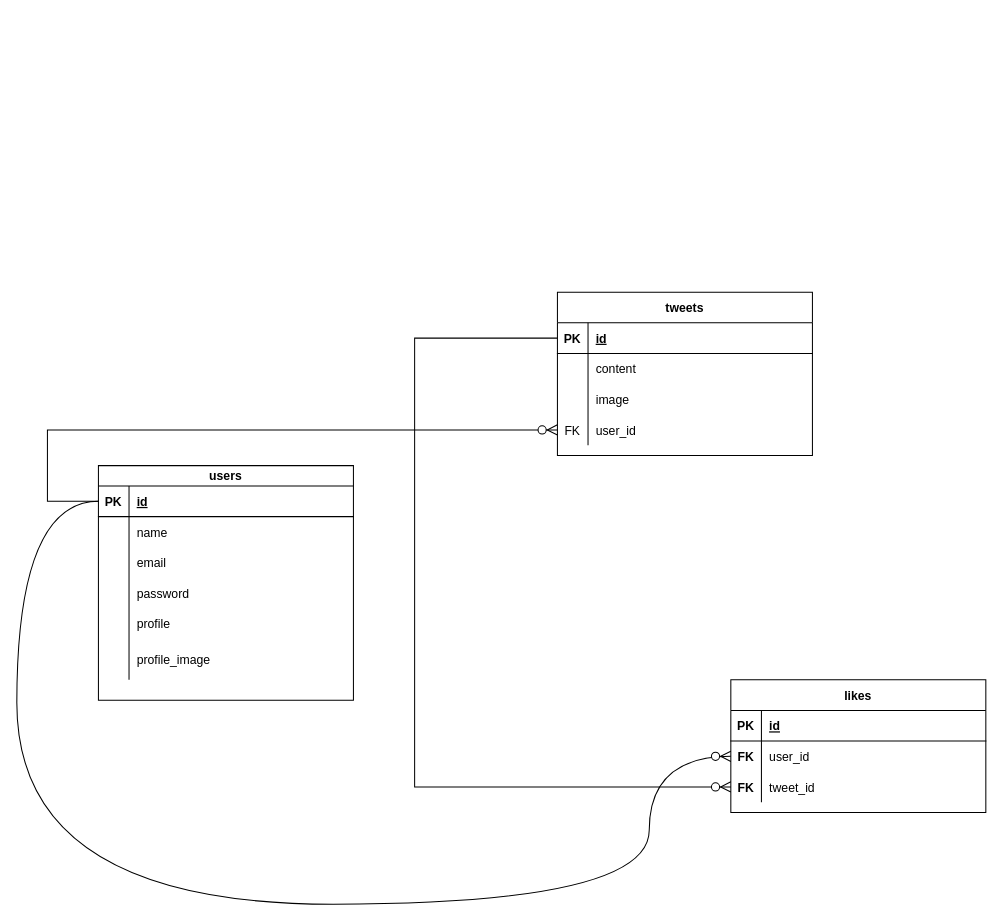
Hanakus0/free_repo keeps this draw.io diagram as tweet.drawio. Above is the earlier version. Source tidied: cells renumbered, new cells numbered last; positions are measured from the earlier drawing's top-left corner, leaving out a move shared by most shapes. Both pictures are drawn from the tidied source at 102%, with x=0, y=0 at pixel (16, 292).
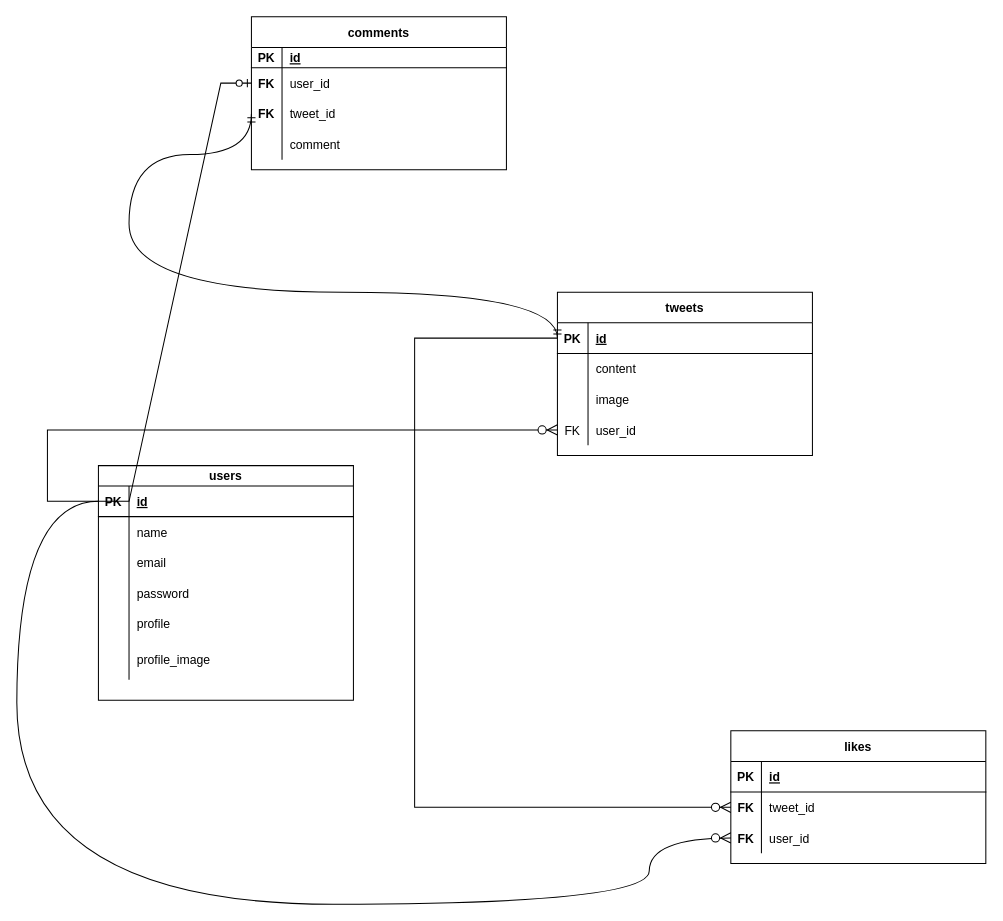
After the change.

Commit message (it also covers changes not shown here):
tweet.drawio を更新します

The change refers to these unchanged cells:
```xml
<mxCell id="3" style="shape=partialRectangle;fillColor=none;points=[[0,0.5],[1,0.5]];portConstraint=eastwest;top=0;left=0;right=0;bottom=1;" parent="2" vertex="1">
  <mxGeometry y="30" width="250" height="30" as="geometry" />
</mxCell>
<mxCell id="16" style="shape=partialRectangle;fillColor=none;points=[[0,0.5],[1,0.5]];portConstraint=eastwest;top=0;left=0;right=0;bottom=1;" parent="15" vertex="1">
  <mxGeometry y="20" width="250" height="30" as="geometry" />
</mxCell>
```

Diff of the diagram source:
```diff
@@
     <mxCell id="34" value="likes" style="shape=table;startSize=30;childLayout=tableLayout;rowLines=0;fontStyle=1;align=center;" parent="1" vertex="1">
-      <mxGeometry x="700" y="380" width="250" height="130" as="geometry" />
+      <mxGeometry x="700" y="430" width="250" height="130" as="geometry" />
     </mxCell>
@@
+    <mxCell id="41" style="shape=partialRectangle;fillColor=none;points=[[0,0.5],[1,0.5]];portConstraint=eastwest;top=0;left=0;right=0;bottom=0;" parent="34" vertex="1">
+      <mxGeometry y="60" width="250" height="30" as="geometry" />
+    </mxCell>
+    <mxCell id="42" value="FK" style="shape=partialRectangle;overflow=hidden;fillColor=none;top=0;left=0;bottom=0;right=0;fontStyle=1;" parent="41" vertex="1">
+      <mxGeometry width="30" height="30" as="geometry" />
+    </mxCell>
+    <mxCell id="43" value="tweet_id" style="shape=partialRectangle;overflow=hidden;fillColor=none;top=0;left=0;bottom=0;right=0;align=left;spacingLeft=6;" parent="41" vertex="1">
+      <mxGeometry x="30" width="220" height="30" as="geometry" />
+    </mxCell>
     <mxCell id="38" style="shape=partialRectangle;fillColor=none;points=[[0,0.5],[1,0.5]];portConstraint=eastwest;top=0;left=0;right=0;bottom=0;" parent="34" vertex="1">
-      <mxGeometry y="60" width="250" height="30" as="geometry" />
+      <mxGeometry y="90" width="250" height="30" as="geometry" />
     </mxCell>
@@
-    <mxCell id="41" style="shape=partialRectangle;fillColor=none;points=[[0,0.5],[1,0.5]];portConstraint=eastwest;top=0;left=0;right=0;bottom=0;" parent="34" vertex="1">
-      <mxGeometry y="90" width="250" height="30" as="geometry" />
-    </mxCell>
-    <mxCell id="42" value="FK" style="shape=partialRectangle;overflow=hidden;fillColor=none;top=0;left=0;bottom=0;right=0;fontStyle=1;" parent="41" vertex="1">
-      <mxGeometry width="30" height="30" as="geometry" />
-    </mxCell>
-    <mxCell id="43" value="tweet_id" style="shape=partialRectangle;overflow=hidden;fillColor=none;top=0;left=0;bottom=0;right=0;align=left;spacingLeft=6;" parent="41" vertex="1">
-      <mxGeometry x="30" width="220" height="30" as="geometry" />
-    </mxCell>
@@
+    <mxCell id="48" value="comments" style="shape=table;startSize=30;childLayout=tableLayout;rowLines=0;fontStyle=1;align=center;" parent="1" vertex="1">
+      <mxGeometry x="230" y="-270" width="250" height="150" as="geometry" />
+    </mxCell>
+    <mxCell id="49" style="shape=partialRectangle;fillColor=none;top=0;left=0;right=0;bottom=1;" parent="48" vertex="1">
+      <mxGeometry y="30" width="250" height="20" as="geometry" />
+    </mxCell>
+    <mxCell id="50" value="PK" style="shape=partialRectangle;overflow=hidden;fillColor=none;top=0;left=0;bottom=0;right=0;fontStyle=1;" parent="49" vertex="1">
+      <mxGeometry width="30" height="20" as="geometry" />
+    </mxCell>
+    <mxCell id="51" value="id" style="shape=partialRectangle;overflow=hidden;fillColor=none;top=0;left=0;bottom=0;right=0;align=left;spacingLeft=6;fontStyle=5;" parent="49" vertex="1">
+      <mxGeometry x="30" width="220" height="20" as="geometry" />
+    </mxCell>
+    <mxCell id="52" style="shape=partialRectangle;fillColor=none;points=[[0,0.5],[1,0.5]];portConstraint=eastwest;top=0;left=0;right=0;bottom=0;" parent="48" vertex="1">
+      <mxGeometry y="50" width="250" height="30" as="geometry" />
+    </mxCell>
+    <mxCell id="53" value="FK" style="shape=partialRectangle;overflow=hidden;fillColor=none;top=0;left=0;bottom=0;right=0;fontStyle=1;" parent="52" vertex="1">
+      <mxGeometry width="30" height="30" as="geometry" />
+    </mxCell>
+    <mxCell id="54" value="user_id" style="shape=partialRectangle;overflow=hidden;fillColor=none;top=0;left=0;bottom=0;right=0;align=left;spacingLeft=6;" parent="52" vertex="1">
+      <mxGeometry x="30" width="220" height="30" as="geometry" />
+    </mxCell>
+    <mxCell id="55" style="shape=partialRectangle;fillColor=none;points=[[0,0.5],[1,0.5]];portConstraint=eastwest;top=0;left=0;right=0;bottom=0;" parent="48" vertex="1">
+      <mxGeometry y="80" width="250" height="30" as="geometry" />
+    </mxCell>
+    <mxCell id="56" value="FK" style="shape=partialRectangle;overflow=hidden;fillColor=none;top=0;left=0;bottom=0;right=0;fontStyle=1;" parent="55" vertex="1">
+      <mxGeometry width="30" height="30" as="geometry" />
+    </mxCell>
+    <mxCell id="57" value="tweet_id" style="shape=partialRectangle;overflow=hidden;fillColor=none;top=0;left=0;bottom=0;right=0;align=left;spacingLeft=6;" parent="55" vertex="1">
+      <mxGeometry x="30" width="220" height="30" as="geometry" />
+    </mxCell>
+    <mxCell id="58" style="shape=partialRectangle;fillColor=none;top=0;left=0;right=0;bottom=0;" parent="48" vertex="1">
+      <mxGeometry y="110" width="250" height="30" as="geometry" />
+    </mxCell>
+    <mxCell id="59" style="shape=partialRectangle;overflow=hidden;fillColor=none;top=0;left=0;bottom=0;right=0;fontStyle=1;" parent="58" vertex="1">
+      <mxGeometry width="30" height="30" as="geometry" />
+    </mxCell>
+    <mxCell id="60" value="comment" style="shape=partialRectangle;overflow=hidden;fillColor=none;top=0;left=0;bottom=0;right=0;align=left;spacingLeft=6;" parent="58" vertex="1">
+      <mxGeometry x="30" width="220" height="30" as="geometry" />
+    </mxCell>
+    <mxCell id="61" style="edgeStyle=orthogonalEdgeStyle;fontSize=12;html=1;endArrow=ERmandOne;startArrow=ERmandOne;rounded=0;entryX=0;entryY=0.5;entryDx=0;entryDy=0;exitX=0;exitY=0.5;exitDx=0;exitDy=0;curved=1;" parent="1" edge="1" source="55" target="3">
+      <mxGeometry relative="1" as="geometry">
+        <Array as="points">
+          <mxPoint x="110" y="-135" />
+          <mxPoint x="110" />
+          <mxPoint x="530" />
+        </Array>
+      </mxGeometry>
+    </mxCell>
+    <mxCell id="62" style="edgeStyle=entityRelationEdgeStyle;fontSize=12;html=1;endArrow=ERzeroToOne;endFill=1;rounded=0;entryX=0;entryY=0.5;entryDx=0;entryDy=0;exitX=0;exitY=0.5;exitDx=0;exitDy=0;" parent="1" edge="1" source="16" target="52">
+      <mxGeometry relative="1" as="geometry">
+        <Array as="points">
+          <mxPoint x="100" />
+        </Array>
+      </mxGeometry>
+    </mxCell>
```
